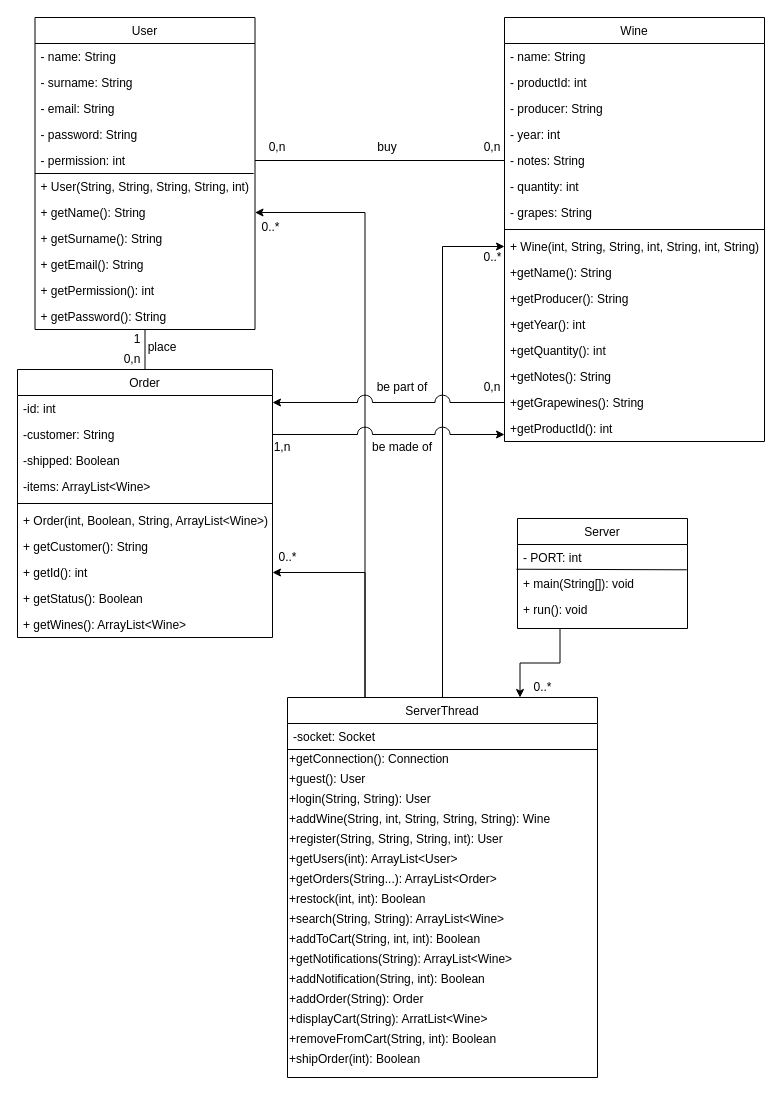
Sclafus/Ecommerce-Server keeps this draw.io diagram as UML/ServerClassesDiagram.drawio. Above is the earlier version. Source tidied: cells renumbered, new cells numbered last; positions are measured from the earlier drawing's top-left corner, leaving out a move shared by most shapes. Both pictures are drawn from the tidied source at 100%, with x=0, y=0 at pixel (17, 17).
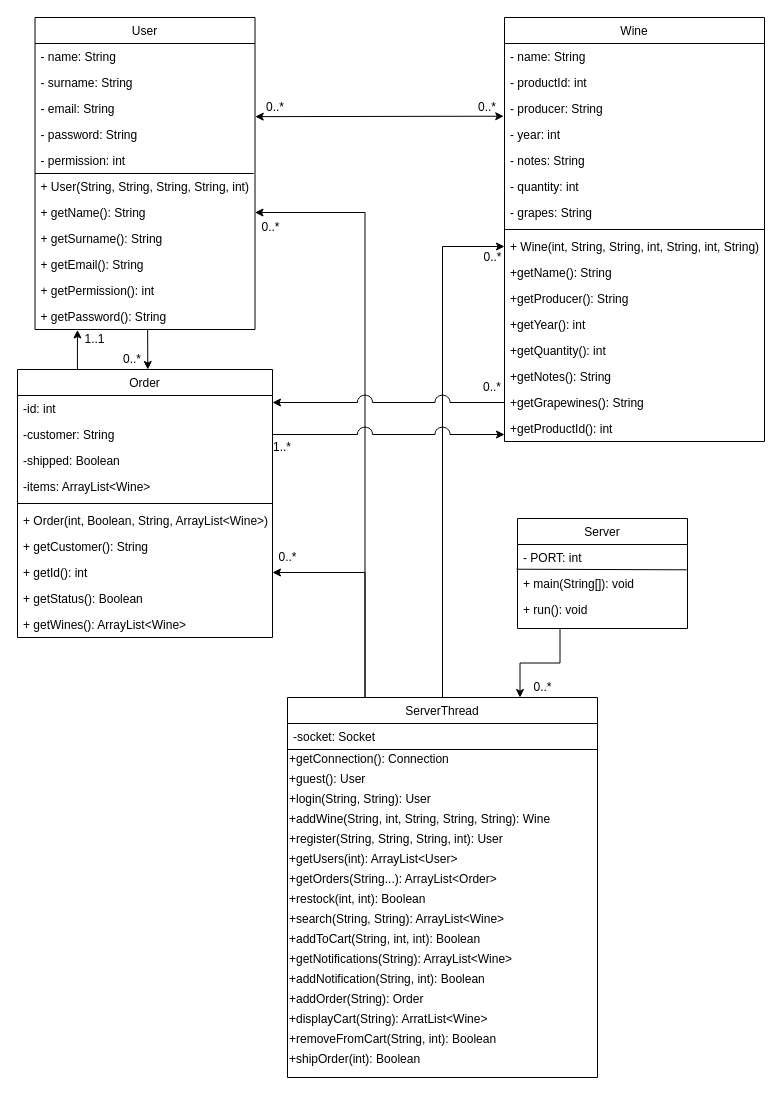
The same diagram, later.

Unchanged cells that the change refers to:
```xml
<mxCell id="2" value="Order" style="swimlane;fontStyle=0;align=center;verticalAlign=top;horizontal=1;startSize=26;rounded=0;shadow=0;strokeWidth=1;" parent="1" vertex="1">
  <mxGeometry y="352" width="255" height="268" as="geometry" />
</mxCell>
<mxCell id="16" value="- producer: String" style="text;align=left;verticalAlign=top;spacingLeft=4;spacingRight=4;overflow=hidden;points=[[0,0.5],[1,0.5]];portConstraint=eastwest;rounded=0;shadow=0;html=0;" parent="13" vertex="1">
  <mxGeometry y="78" width="260" height="26" as="geometry" />
</mxCell>
<mxCell id="18" value="- notes: String" style="text;align=left;verticalAlign=top;spacingLeft=4;spacingRight=4;overflow=hidden;points=[[0,0.5],[1,0.5]];portConstraint=eastwest;rounded=0;shadow=0;html=0;" parent="13" vertex="1">
  <mxGeometry y="130" width="260" height="26" as="geometry" />
</mxCell>
<mxCell id="30" value="User" style="swimlane;fontStyle=0;align=center;verticalAlign=top;horizontal=1;startSize=26;rounded=0;shadow=0;strokeWidth=1;" parent="1" vertex="1">
  <mxGeometry x="17.5" width="220" height="312" as="geometry" />
</mxCell>
<mxCell id="33" value="- email: String" style="text;align=left;verticalAlign=top;spacingLeft=4;spacingRight=4;overflow=hidden;points=[[0,0.5],[1,0.5]];portConstraint=eastwest;rounded=0;shadow=0;html=0;" parent="30" vertex="1">
  <mxGeometry y="78" width="220" height="26" as="geometry" />
</mxCell>
<mxCell id="36" value="- permission: int" style="text;align=left;verticalAlign=top;spacingLeft=4;spacingRight=4;overflow=hidden;points=[[0,0.5],[1,0.5]];portConstraint=eastwest;rounded=0;shadow=0;html=0;" parent="30" vertex="1">
  <mxGeometry y="130" width="220" height="26" as="geometry" />
</mxCell>
<mxCell id="42" value="+ getPassword(): String" style="text;align=left;verticalAlign=top;spacingLeft=4;spacingRight=4;overflow=hidden;points=[[0,0.5],[1,0.5]];portConstraint=eastwest;rounded=0;shadow=0;html=0;" parent="30" vertex="1">
  <mxGeometry y="286" width="220" height="26" as="geometry" />
</mxCell>
```

What changed in the source:
```diff
@@
-    <mxCell id="71" value="0,n" style="text;html=1;strokeColor=none;fillColor=none;align=center;verticalAlign=middle;whiteSpace=wrap;rounded=0;" parent="1" vertex="1">
-      <mxGeometry x="465" y="120" width="20" height="20" as="geometry" />
+    <mxCell id="71" value="0..*" style="text;html=1;strokeColor=none;fillColor=none;align=center;verticalAlign=middle;whiteSpace=wrap;rounded=0;" parent="1" vertex="1">
+      <mxGeometry x="460" y="80" width="20" height="20" as="geometry" />
     </mxCell>
-    <mxCell id="72" value="0,n" style="text;html=1;strokeColor=none;fillColor=none;align=center;verticalAlign=middle;whiteSpace=wrap;rounded=0;" parent="1" vertex="1">
-      <mxGeometry x="250" y="120" width="20" height="20" as="geometry" />
+    <mxCell id="72" value="0..*" style="text;html=1;strokeColor=none;fillColor=none;align=center;verticalAlign=middle;whiteSpace=wrap;rounded=0;" parent="1" vertex="1">
+      <mxGeometry x="247.5" y="80" width="20" height="20" as="geometry" />
     </mxCell>
-    <mxCell id="73" value="buy" style="text;html=1;strokeColor=none;fillColor=none;align=center;verticalAlign=middle;whiteSpace=wrap;rounded=0;" parent="1" vertex="1">
-      <mxGeometry x="350" y="120" width="40" height="20" as="geometry" />
-    </mxCell>
-    <mxCell id="74" style="endArrow=none;html=1;entryX=0.5;entryY=1;entryDx=0;entryDy=0;exitX=0.5;exitY=0;exitDx=0;exitDy=0;" parent="1" edge="1" source="2" target="30">
-      <mxGeometry relative="1" as="geometry" />
-    </mxCell>
-    <mxCell id="75" value="place" style="text;html=1;strokeColor=none;fillColor=none;align=center;verticalAlign=middle;whiteSpace=wrap;rounded=0;" parent="1" vertex="1">
-      <mxGeometry x="125" y="320" width="40" height="20" as="geometry" />
-    </mxCell>
-    <mxCell id="76" value="0,n" style="text;html=1;strokeColor=none;fillColor=none;align=center;verticalAlign=middle;whiteSpace=wrap;rounded=0;" parent="1" vertex="1">
+    <mxCell id="76" value="0..*" style="text;html=1;strokeColor=none;fillColor=none;align=center;verticalAlign=middle;whiteSpace=wrap;rounded=0;" parent="1" vertex="1">
       <mxGeometry x="105" y="332" width="20" height="20" as="geometry" />
     </mxCell>
-    <mxCell id="77" value="1" style="text;html=1;strokeColor=none;fillColor=none;align=center;verticalAlign=middle;whiteSpace=wrap;rounded=0;" parent="1" vertex="1">
-      <mxGeometry x="115" y="312" width="10" height="20" as="geometry" />
+    <mxCell id="77" value="1..1" style="text;html=1;strokeColor=none;fillColor=none;align=center;verticalAlign=middle;whiteSpace=wrap;rounded=0;" parent="1" vertex="1">
+      <mxGeometry x="70" y="312" width="15" height="20" as="geometry" />
     </mxCell>
-    <mxCell id="78" value="0,n" style="text;html=1;strokeColor=none;fillColor=none;align=center;verticalAlign=middle;whiteSpace=wrap;rounded=0;" parent="1" vertex="1">
+    <mxCell id="78" value="0..*" style="text;html=1;strokeColor=none;fillColor=none;align=center;verticalAlign=middle;whiteSpace=wrap;rounded=0;" parent="1" vertex="1">
       <mxGeometry x="465" y="360" width="20" height="20" as="geometry" />
     </mxCell>
-    <mxCell id="79" value="be part of" style="text;html=1;strokeColor=none;fillColor=none;align=center;verticalAlign=middle;whiteSpace=wrap;rounded=0;" parent="1" vertex="1">
-      <mxGeometry x="355" y="360" width="60" height="20" as="geometry" />
-    </mxCell>
-    <mxCell id="80" value="1,n" style="text;html=1;strokeColor=none;fillColor=none;align=center;verticalAlign=middle;whiteSpace=wrap;rounded=0;" parent="1" vertex="1">
+    <mxCell id="80" value="1..*" style="text;html=1;strokeColor=none;fillColor=none;align=center;verticalAlign=middle;whiteSpace=wrap;rounded=0;" parent="1" vertex="1">
       <mxGeometry x="255" y="420" width="20" height="20" as="geometry" />
     </mxCell>
-    <mxCell id="81" value="be made of" style="text;html=1;strokeColor=none;fillColor=none;align=center;verticalAlign=middle;whiteSpace=wrap;rounded=0;" parent="1" vertex="1">
-      <mxGeometry x="350" y="420" width="70" height="20" as="geometry" />
-    </mxCell>
-    <mxCell id="82" style="edgeStyle=orthogonalEdgeStyle;rounded=0;jettySize=auto;html=1;exitX=1;exitY=0.5;exitDx=0;exitDy=0;entryX=0;entryY=0.5;entryDx=0;entryDy=0;endArrow=none;endFill=0;" parent="1" edge="1" source="36" target="18">
-      <mxGeometry relative="1" as="geometry" />
-    </mxCell>
@@
+    <mxCell id="89" style="endArrow=classic;html=1;exitX=0.235;exitY=0;exitDx=0;exitDy=0;exitPerimeter=0;entryX=0.193;entryY=1.019;entryDx=0;entryDy=0;entryPerimeter=0;" parent="1" edge="1" source="2" target="42">
+      <mxGeometry relative="1" as="geometry" />
+    </mxCell>
+    <mxCell id="90" style="endArrow=classic;html=1;exitX=0.512;exitY=1.002;exitDx=0;exitDy=0;exitPerimeter=0;entryX=0.511;entryY=0;entryDx=0;entryDy=0;entryPerimeter=0;" parent="1" edge="1" source="42" target="2">
+      <mxGeometry relative="1" as="geometry" />
+    </mxCell>
+    <mxCell id="91" style="endArrow=classic;startArrow=classic;html=1;exitX=1.001;exitY=0.813;exitDx=0;exitDy=0;exitPerimeter=0;entryX=-0.003;entryY=0.797;entryDx=0;entryDy=0;entryPerimeter=0;" parent="1" edge="1" source="33" target="16">
+      <mxGeometry relative="1" as="geometry" />
+    </mxCell>
```
